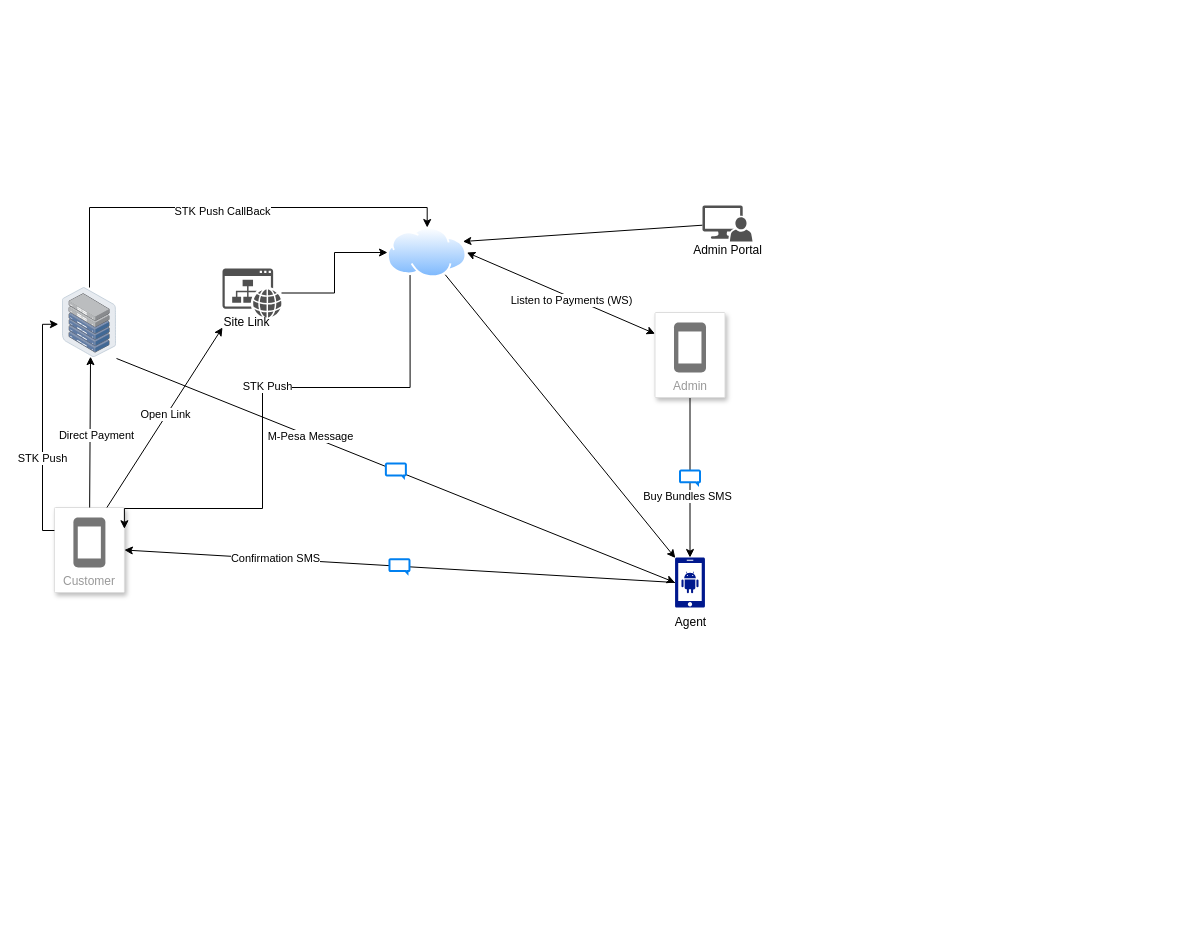
Before: diagrams/Untitled Diagram.drawio in kariuki-joseph/drawio-diagrams, a draw.io diagram. Source tidied: cells renumbered, new cells numbered last; positions are measured from the earlier drawing's top-left corner, leaving out a move shared by most shapes. Both pictures are drawn from the tidied source at 100%, with x=0, y=0 at pixel (42, 205).
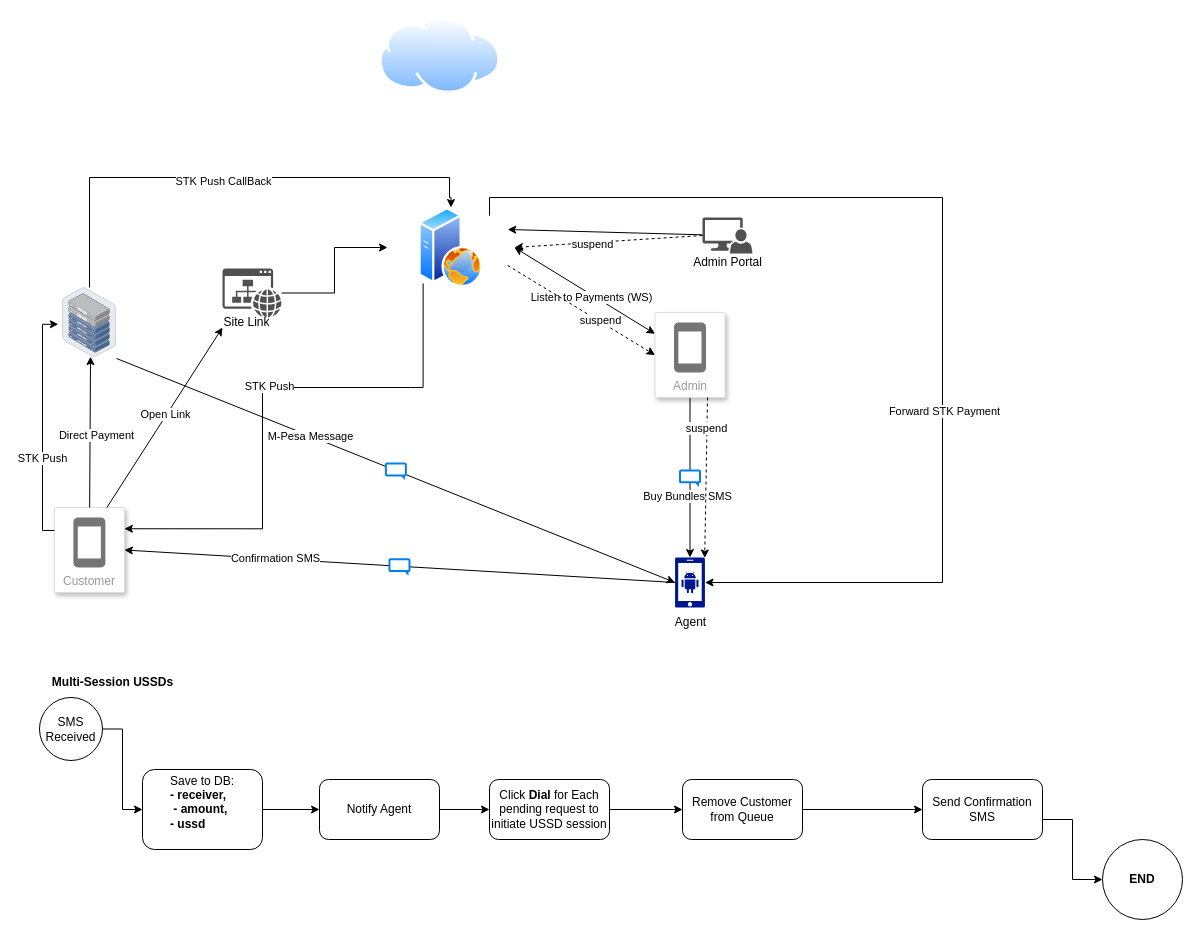
The same page after the edit.

Unchanged cells that the change refers to:
```xml
<mxCell id="12" style="image;points=[];html=1;align=center;shadow=0;dashed=0;image=img/lib/allied_telesis/storage/Datacenter_Server_Half_Rack_ToR.svg;" parent="1" vertex="1">
  <mxGeometry x="20" y="82" width="53.9" height="70" as="geometry" />
</mxCell>
<mxCell id="23" style="sketch=0;shadow=0;dashed=0;html=1;strokeColor=none;labelPosition=center;verticalLabelPosition=bottom;verticalAlign=top;align=center;fillColor=#00188D;shape=mxgraph.mscae.enterprise.android_phone;" parent="22" vertex="1">
  <mxGeometry x="10" width="30" height="50" as="geometry" />
</mxCell>
<mxCell id="26" value="Admin" style="strokeColor=#dddddd;shadow=1;strokeWidth=1;rounded=1;absoluteArcSize=1;arcSize=2;labelPosition=center;verticalLabelPosition=middle;align=center;verticalAlign=bottom;spacingLeft=0;fontColor=#999999;fontSize=12;whiteSpace=wrap;spacingBottom=2;html=1;" parent="25" vertex="1">
  <mxGeometry x="15" y="-35" width="70" height="85" as="geometry" />
</mxCell>
<mxCell id="29" style="sketch=0;shadow=0;dashed=0;html=1;strokeColor=none;labelPosition=center;verticalLabelPosition=bottom;verticalAlign=top;align=center;fillColor=#515151;shape=mxgraph.mscae.system_center.admin_console;" parent="28" vertex="1">
  <mxGeometry x="20" width="50" height="36" as="geometry" />
</mxCell>
```

What changed in the source:
```diff
@@
-    <mxCell id="2" style="image;perimeter=ellipsePerimeter;html=1;align=center;shadow=0;dashed=0;spacingTop=3;image=img/lib/active_directory/internet_cloud.svg;" parent="1" vertex="1">
-      <mxGeometry x="345" y="22" width="79.4" height="50" as="geometry" />
+    <mxCell id="2" style="html=1;align=center;shadow=0;dashed=0;spacingTop=3;image=img/lib/active_directory/web_server.svg;shape=image;labelBackgroundColor=default;verticalAlign=top;verticalLabelPosition=bottom;sketch=0;strokeColor=none;labelPosition=center;fillColor=#00188D;perimeter=ellipsePerimeter;" parent="1" vertex="1">
+      <mxGeometry x="345" y="2" width="127" height="80" as="geometry" />
     </mxCell>
@@
     <mxCell id="10" style="edgeStyle=orthogonalEdgeStyle;rounded=0;jettySize=auto;html=1;entryX=0.5;entryY=0;entryDx=0;entryDy=0;" parent="1" edge="1" source="12" target="2">
       <mxGeometry relative="1" as="geometry">
         <Array as="points">
-          <mxPoint x="47" y="2" />
-          <mxPoint x="385" y="2" />
+          <mxPoint x="47" y="-28" />
+          <mxPoint x="407" y="-28" />
+          <mxPoint x="407" y="-8" />
+          <mxPoint x="409" y="-8" />
         </Array>
       </mxGeometry>
     </mxCell>
@@
     <mxCell id="28" style="group;" parent="1" vertex="1">
-      <mxGeometry x="640" width="90" height="60" as="geometry" />
+      <mxGeometry x="640" y="12" width="90" height="60" as="geometry" />
     </mxCell>
@@
-    <mxCell id="41" style="rounded=0;jettySize=auto;html=1;entryX=0.01;entryY=0.01;entryDx=0;entryDy=0;entryPerimeter=0;" parent="1" edge="1" source="2" target="23">
-      <mxGeometry relative="1" as="geometry" />
-    </mxCell>
@@
+    <mxCell id="41" style="edgeStyle=orthogonalEdgeStyle;rounded=0;jettySize=auto;html=1;entryX=1;entryY=0.5;entryDx=0;entryDy=0;entryPerimeter=0;" parent="1" edge="1" source="2" target="23">
+      <mxGeometry relative="1" as="geometry">
+        <Array as="points">
+          <mxPoint x="447" y="-8" />
+          <mxPoint x="900" y="-8" />
+          <mxPoint x="900" y="377" />
+        </Array>
+      </mxGeometry>
+    </mxCell>
+    <mxCell id="44" value="Forward STK Payment" style="edgeLabel;html=1;align=center;verticalAlign=middle;" parent="41" vertex="1">
+      <mxGeometry x="0.25" y="1" relative="1" as="geometry">
+        <mxPoint y="1" as="offset" />
+      </mxGeometry>
+    </mxCell>
+    <mxCell id="45" style="html=1;labelBackgroundColor=#ffffff;startArrow=none;startFill=0;startSize=6;endArrow=classic;endFill=1;endSize=6;jettySize=auto;strokeWidth=1;dashed=1;fontSize=14;rounded=0;entryX=1;entryY=0.5;entryDx=0;entryDy=0;exitX=0;exitY=0.5;exitDx=0;exitDy=0;exitPerimeter=0;" parent="1" edge="1" source="29" target="2">
+      <mxGeometry relative="1" as="geometry" />
+    </mxCell>
+    <mxCell id="46" value="suspend" style="edgeLabel;html=1;align=center;verticalAlign=middle;" parent="45" vertex="1">
+      <mxGeometry x="0.18" y="1" relative="1" as="geometry" />
+    </mxCell>
+    <mxCell id="47" style="html=1;labelBackgroundColor=#ffffff;startArrow=none;startFill=0;startSize=6;endArrow=classic;endFill=1;endSize=6;jettySize=auto;strokeWidth=1;dashed=1;fontSize=14;rounded=0;exitX=1;exitY=0.75;exitDx=0;exitDy=0;entryX=0;entryY=0.5;entryDx=0;entryDy=0;" parent="1" edge="1" source="2" target="26">
+      <mxGeometry relative="1" as="geometry" />
+    </mxCell>
+    <mxCell id="48" value="suspend" style="edgeLabel;html=1;align=center;verticalAlign=middle;" parent="47" vertex="1">
+      <mxGeometry x="0.25" y="2" relative="1" as="geometry">
+        <mxPoint x="-1" as="offset" />
+      </mxGeometry>
+    </mxCell>
+    <mxCell id="49" style="html=1;labelBackgroundColor=#ffffff;startArrow=none;startFill=0;startSize=6;endArrow=classic;endFill=1;endSize=6;jettySize=auto;strokeWidth=1;dashed=1;fontSize=14;rounded=0;exitX=0.75;exitY=1;exitDx=0;exitDy=0;entryX=0.99;entryY=0.01;entryDx=0;entryDy=0;entryPerimeter=0;" parent="1" edge="1" source="26" target="23">
+      <mxGeometry relative="1" as="geometry" />
+    </mxCell>
+    <mxCell id="50" value="suspend" style="edgeLabel;html=1;align=center;verticalAlign=middle;" parent="49" vertex="1">
+      <mxGeometry x="-0.61" y="-1" relative="1" as="geometry" />
+    </mxCell>
+    <mxCell id="51" value="&lt;b&gt;Multi-Session USSDs&lt;/b&gt;" style="text;html=1;align=center;verticalAlign=middle;strokeColor=none;fillColor=none;" parent="1" vertex="1">
+      <mxGeometry y="462" width="140" height="30" as="geometry" />
+    </mxCell>
+    <mxCell id="52" style="edgeStyle=orthogonalEdgeStyle;rounded=0;jettySize=auto;html=1;" parent="1" edge="1" source="53" target="57">
+      <mxGeometry relative="1" as="geometry" />
+    </mxCell>
+    <mxCell id="53" value="Save to DB:&lt;div style=&quot;text-align: left;&quot;&gt;&lt;b&gt;- receiver,&lt;/b&gt;&lt;/div&gt;&lt;div&gt;&lt;div style=&quot;text-align: left;&quot;&gt;&lt;span style=&quot;background-color: initial;&quot;&gt;&lt;b&gt;&amp;nbsp;- amount,&lt;/b&gt;&lt;/span&gt;&lt;/div&gt;&lt;div style=&quot;text-align: left;&quot;&gt;&lt;span style=&quot;background-color: initial;&quot;&gt;&lt;b&gt;- ussd&lt;/b&gt;&lt;/span&gt;&lt;/div&gt;&lt;div&gt;&lt;br&gt;&lt;/div&gt;&lt;/div&gt;" style="rounded=1;whiteSpace=wrap;html=1;" parent="1" vertex="1">
+      <mxGeometry x="100" y="564" width="120" height="80" as="geometry" />
+    </mxCell>
+    <mxCell id="54" style="edgeStyle=orthogonalEdgeStyle;rounded=0;jettySize=auto;html=1;entryX=0;entryY=0.5;entryDx=0;entryDy=0;" parent="1" edge="1" source="55" target="53">
+      <mxGeometry relative="1" as="geometry" />
+    </mxCell>
+    <mxCell id="55" value="SMS Received" style="ellipse;whiteSpace=wrap;html=1;" parent="1" vertex="1">
+      <mxGeometry x="-3" y="492" width="63" height="63" as="geometry" />
+    </mxCell>
+    <mxCell id="56" style="edgeStyle=orthogonalEdgeStyle;rounded=0;jettySize=auto;html=1;" parent="1" edge="1" source="57" target="59">
+      <mxGeometry relative="1" as="geometry" />
+    </mxCell>
+    <mxCell id="57" value="Notify Agent" style="whiteSpace=wrap;html=1;rounded=1;" parent="1" vertex="1">
+      <mxGeometry x="277" y="574" width="120" height="60" as="geometry" />
+    </mxCell>
+    <mxCell id="58" style="edgeStyle=orthogonalEdgeStyle;rounded=0;jettySize=auto;html=1;" parent="1" edge="1" source="59" target="61">
+      <mxGeometry relative="1" as="geometry" />
+    </mxCell>
+    <mxCell id="59" value="Click &lt;b&gt;Dial&amp;nbsp;&lt;/b&gt;for Each pending request to initiate USSD session" style="whiteSpace=wrap;html=1;rounded=1;" parent="1" vertex="1">
+      <mxGeometry x="447" y="574" width="120" height="60" as="geometry" />
+    </mxCell>
+    <mxCell id="60" style="edgeStyle=orthogonalEdgeStyle;rounded=0;jettySize=auto;html=1;" parent="1" edge="1" source="61" target="63">
+      <mxGeometry relative="1" as="geometry" />
+    </mxCell>
+    <mxCell id="61" value="Remove Customer from Queue" style="whiteSpace=wrap;html=1;rounded=1;" parent="1" vertex="1">
+      <mxGeometry x="640" y="574" width="120" height="60" as="geometry" />
+    </mxCell>
+    <mxCell id="62" style="edgeStyle=orthogonalEdgeStyle;rounded=0;jettySize=auto;html=1;exitX=1;exitY=0.5;exitDx=0;exitDy=0;entryX=0;entryY=0.5;entryDx=0;entryDy=0;" parent="1" edge="1" source="63" target="64">
+      <mxGeometry relative="1" as="geometry">
+        <Array as="points">
+          <mxPoint x="1030" y="614" />
+          <mxPoint x="1030" y="674" />
+        </Array>
+      </mxGeometry>
+    </mxCell>
+    <mxCell id="63" value="Send Confirmation SMS" style="whiteSpace=wrap;html=1;rounded=1;" parent="1" vertex="1">
+      <mxGeometry x="880" y="574" width="120" height="60" as="geometry" />
+    </mxCell>
+    <mxCell id="64" value="&lt;b&gt;END&lt;/b&gt;" style="ellipse;whiteSpace=wrap;html=1;rounded=1;" parent="1" vertex="1">
+      <mxGeometry x="1060" y="634" width="80" height="80" as="geometry" />
+    </mxCell>
+    <mxCell id="65" style="image;perimeter=ellipsePerimeter;html=1;align=center;shadow=0;dashed=0;spacingTop=3;image=img/lib/active_directory/internet_cloud.svg;" parent="1" vertex="1">
+      <mxGeometry x="337" y="-188" width="121.1" height="76.3" as="geometry" />
+    </mxCell>
```
